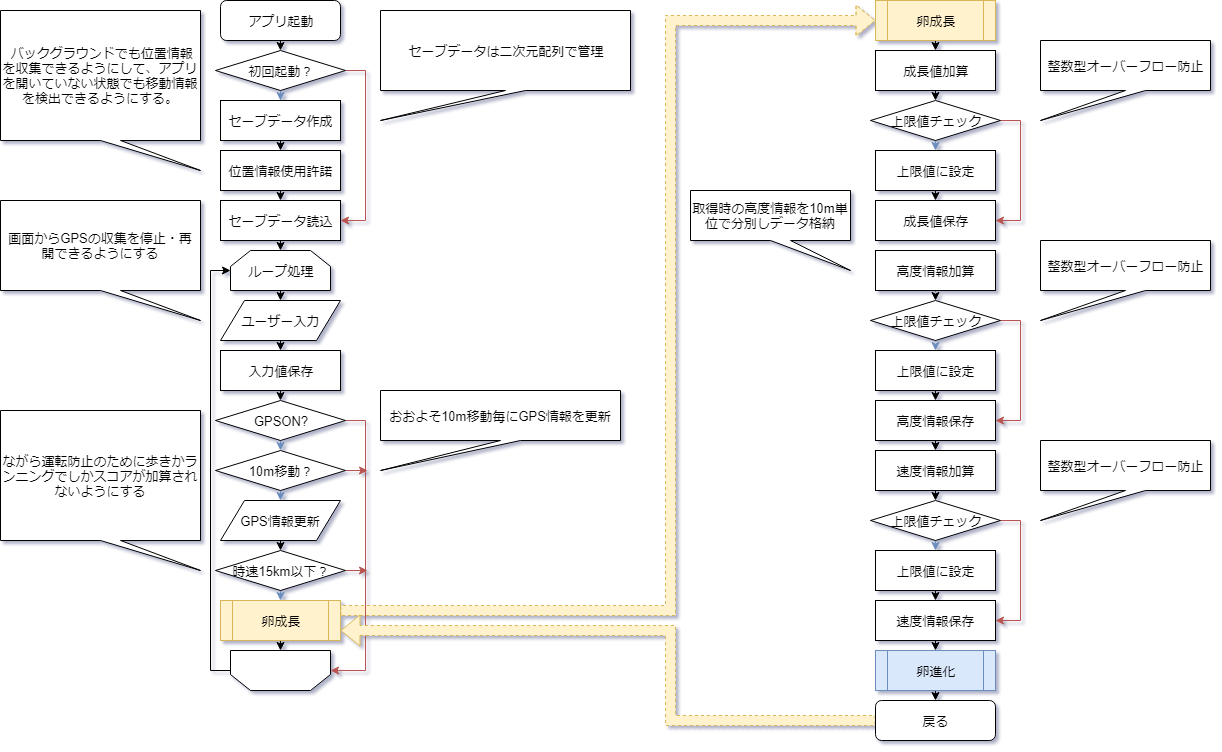
KonoLv1/WalkEgg keeps this draw.io diagram as WalkEgg.png. Above is the earlier version. Source tidied: cells renumbered, new cells last; positions are measured from the earlier drawing's top-left corner, leaving out a move shared by most shapes. Its diagram source:
```xml
<mxGraphModel>
  <root>
    <mxCell id="0" />
    <mxCell id="1" parent="0" />
    <mxCell id="2" value="アプリ起動" style="rounded=1;whiteSpace=wrap;html=1;" parent="1" vertex="1">
      <mxGeometry x="220" width="120" height="40" as="geometry" />
    </mxCell>
    <mxCell id="3" style="edgeStyle=orthogonalEdgeStyle;rounded=0;jettySize=auto;html=1;exitX=0.5;exitY=1;exitDx=0;exitDy=0;fillColor=#dae8fc;strokeColor=#6c8ebf;" parent="1" edge="1" source="5" target="7">
      <mxGeometry relative="1" as="geometry" />
    </mxCell>
    <mxCell id="4" style="edgeStyle=orthogonalEdgeStyle;rounded=0;jettySize=auto;html=1;exitX=1;exitY=0.5;exitDx=0;exitDy=0;entryX=1;entryY=0.5;entryDx=0;entryDy=0;fillColor=#f8cecc;strokeColor=#b85450;" parent="1" edge="1" source="5" target="20">
      <mxGeometry relative="1" as="geometry" />
    </mxCell>
    <mxCell id="5" value="初回起動？" style="rhombus;whiteSpace=wrap;html=1;strokeWidth=1;gradientColor=none;" parent="1" vertex="1">
      <mxGeometry x="215" y="50" width="130" height="40" as="geometry" />
    </mxCell>
    <mxCell id="6" style="edgeStyle=orthogonalEdgeStyle;rounded=0;jettySize=auto;html=1;exitX=0.5;exitY=1;exitDx=0;exitDy=0;entryX=0.5;entryY=0;entryDx=0;entryDy=0;" parent="1" edge="1" source="7" target="18">
      <mxGeometry relative="1" as="geometry" />
    </mxCell>
    <mxCell id="7" value="セーブデータ作成&lt;br&gt;" style="rounded=0;whiteSpace=wrap;html=1;strokeWidth=1;gradientColor=none;" parent="1" vertex="1">
      <mxGeometry x="220" y="100" width="120" height="40" as="geometry" />
    </mxCell>
    <mxCell id="8" style="edgeStyle=orthogonalEdgeStyle;rounded=0;jettySize=auto;html=1;exitX=0.5;exitY=1;exitDx=0;exitDy=0;entryX=0.5;entryY=0;entryDx=0;entryDy=0;fillColor=#dae8fc;strokeColor=#6c8ebf;" parent="1" edge="1" target="23">
      <mxGeometry relative="1" as="geometry">
        <mxPoint x="280" y="440" as="sourcePoint" />
      </mxGeometry>
    </mxCell>
    <mxCell id="9" style="edgeStyle=orthogonalEdgeStyle;rounded=0;jettySize=auto;html=1;exitX=0.5;exitY=1;exitDx=0;exitDy=0;entryX=0.5;entryY=0;entryDx=0;entryDy=0;" parent="1" edge="1" source="10" target="32">
      <mxGeometry relative="1" as="geometry" />
    </mxCell>
    <mxCell id="10" value="ループ処理" style="shape=loopLimit;whiteSpace=wrap;html=1;strokeWidth=1;gradientColor=none;" parent="1" vertex="1">
      <mxGeometry x="230" y="250" width="100" height="40" as="geometry" />
    </mxCell>
    <mxCell id="11" style="edgeStyle=orthogonalEdgeStyle;rounded=0;jettySize=auto;html=1;exitX=1;exitY=0.5;exitDx=0;exitDy=0;entryX=0;entryY=0.5;entryDx=0;entryDy=0;" parent="1" edge="1" source="12" target="10">
      <mxGeometry relative="1" as="geometry" />
    </mxCell>
    <mxCell id="12" style="shape=loopLimit;whiteSpace=wrap;html=1;strokeWidth=1;gradientColor=none;rotation=180;" parent="1" vertex="1">
      <mxGeometry x="230" y="650" width="100" height="40" as="geometry" />
    </mxCell>
    <mxCell id="13" style="endArrow=classic;html=1;entryX=0.5;entryY=0;entryDx=0;entryDy=0;exitX=0.5;exitY=1;exitDx=0;exitDy=0;" parent="1" edge="1" source="2" target="5">
      <mxGeometry relative="1" as="geometry" />
    </mxCell>
    <mxCell id="14" style="edgeStyle=orthogonalEdgeStyle;rounded=0;jettySize=auto;html=1;exitX=0.5;exitY=1;exitDx=0;exitDy=0;entryX=0.5;entryY=0;entryDx=0;entryDy=0;" parent="1" edge="1" source="15" target="26">
      <mxGeometry relative="1" as="geometry" />
    </mxCell>
    <mxCell id="15" value="GPS情報更新" style="shape=parallelogram;perimeter=parallelogramPerimeter;whiteSpace=wrap;html=1;strokeWidth=1;gradientColor=none;" parent="1" vertex="1">
      <mxGeometry x="220" y="500" width="120" height="40" as="geometry" />
    </mxCell>
    <mxCell id="16" style="edgeStyle=orthogonalEdgeStyle;rounded=0;orthogonalLoop=1;jettySize=auto;html=1;exitX=0.5;exitY=1;exitDx=0;exitDy=0;" parent="1" edge="1" source="15" target="15">
      <mxGeometry relative="1" as="geometry" />
    </mxCell>
    <mxCell id="17" style="edgeStyle=orthogonalEdgeStyle;rounded=0;jettySize=auto;html=1;exitX=0.5;exitY=1;exitDx=0;exitDy=0;entryX=0.5;entryY=0;entryDx=0;entryDy=0;" parent="1" edge="1" source="18" target="20">
      <mxGeometry relative="1" as="geometry" />
    </mxCell>
    <mxCell id="18" value="位置情報使用許諾" style="rounded=0;whiteSpace=wrap;html=1;strokeWidth=1;gradientColor=none;" parent="1" vertex="1">
      <mxGeometry x="220" y="150" width="120" height="40" as="geometry" />
    </mxCell>
    <mxCell id="19" style="edgeStyle=orthogonalEdgeStyle;rounded=0;jettySize=auto;html=1;exitX=0.5;exitY=1;exitDx=0;exitDy=0;entryX=0.5;entryY=0;entryDx=0;entryDy=0;" parent="1" edge="1" source="20" target="10">
      <mxGeometry relative="1" as="geometry" />
    </mxCell>
    <mxCell id="20" value="セーブデータ読込" style="rounded=0;whiteSpace=wrap;html=1;strokeWidth=1;gradientColor=none;" parent="1" vertex="1">
      <mxGeometry x="220" y="200" width="120" height="40" as="geometry" />
    </mxCell>
    <mxCell id="21" style="edgeStyle=orthogonalEdgeStyle;rounded=0;jettySize=auto;html=1;exitX=0.5;exitY=1;exitDx=0;exitDy=0;entryX=0.5;entryY=0;entryDx=0;entryDy=0;fillColor=#dae8fc;strokeColor=#6c8ebf;" parent="1" edge="1" source="23" target="15">
      <mxGeometry relative="1" as="geometry" />
    </mxCell>
    <mxCell id="22" style="edgeStyle=orthogonalEdgeStyle;rounded=0;jettySize=auto;html=1;exitX=1;exitY=0.5;exitDx=0;exitDy=0;fillColor=#f8cecc;strokeColor=#b85450;" parent="1" edge="1" source="23">
      <mxGeometry relative="1" as="geometry">
        <mxPoint x="367" y="470" as="targetPoint" />
      </mxGeometry>
    </mxCell>
    <mxCell id="23" value="10m移動？" style="rhombus;whiteSpace=wrap;html=1;strokeWidth=1;gradientColor=none;" parent="1" vertex="1">
      <mxGeometry x="215" y="450" width="130" height="40" as="geometry" />
    </mxCell>
    <mxCell id="24" style="edgeStyle=orthogonalEdgeStyle;rounded=0;jettySize=auto;html=1;exitX=0.5;exitY=1;exitDx=0;exitDy=0;entryX=0.5;entryY=0;entryDx=0;entryDy=0;fillColor=#dae8fc;strokeColor=#6c8ebf;" parent="1" edge="1" source="26" target="29">
      <mxGeometry relative="1" as="geometry" />
    </mxCell>
    <mxCell id="25" style="edgeStyle=orthogonalEdgeStyle;rounded=0;jettySize=auto;html=1;exitX=1;exitY=0.5;exitDx=0;exitDy=0;fillColor=#f8cecc;strokeColor=#b85450;" parent="1" edge="1" source="26">
      <mxGeometry relative="1" as="geometry">
        <mxPoint x="367" y="570" as="targetPoint" />
      </mxGeometry>
    </mxCell>
    <mxCell id="26" value="時速15km以下？" style="rhombus;whiteSpace=wrap;html=1;strokeWidth=1;gradientColor=none;" parent="1" vertex="1">
      <mxGeometry x="215" y="550" width="130" height="40" as="geometry" />
    </mxCell>
    <mxCell id="27" style="edgeStyle=orthogonalEdgeStyle;rounded=0;jettySize=auto;html=1;exitX=0.5;exitY=1;exitDx=0;exitDy=0;entryX=0.5;entryY=1;entryDx=0;entryDy=0;" parent="1" edge="1" source="29" target="12">
      <mxGeometry relative="1" as="geometry" />
    </mxCell>
    <mxCell id="28" style="edgeStyle=orthogonalEdgeStyle;shape=flexArrow;rounded=0;jettySize=auto;html=1;exitX=1;exitY=0.25;exitDx=0;exitDy=0;entryX=0;entryY=0.5;entryDx=0;entryDy=0;dashed=1;fillColor=#fff2cc;strokeColor=#d6b656;" parent="1" edge="1" source="29" target="36">
      <mxGeometry relative="1" as="geometry">
        <Array as="points">
          <mxPoint x="670" y="610" />
          <mxPoint x="670" y="20" />
        </Array>
      </mxGeometry>
    </mxCell>
    <mxCell id="29" value="卵成長" style="shape=process;whiteSpace=wrap;html=1;backgroundOutline=1;strokeWidth=1;fillColor=#fff2cc;strokeColor=#d6b656;" parent="1" vertex="1">
      <mxGeometry x="220" y="600" width="120" height="40" as="geometry" />
    </mxCell>
    <mxCell id="30" style="edgeStyle=orthogonalEdgeStyle;rounded=0;jettySize=auto;html=1;exitX=0.5;exitY=1;exitDx=0;exitDy=0;entryX=0.5;entryY=0;entryDx=0;entryDy=0;" parent="1" edge="1" target="34">
      <mxGeometry relative="1" as="geometry">
        <mxPoint x="280" y="390" as="sourcePoint" />
      </mxGeometry>
    </mxCell>
    <mxCell id="31" style="edgeStyle=orthogonalEdgeStyle;rounded=0;jettySize=auto;html=1;exitX=0.5;exitY=1;exitDx=0;exitDy=0;entryX=0.5;entryY=0;entryDx=0;entryDy=0;" parent="1" edge="1" source="32" target="72">
      <mxGeometry relative="1" as="geometry" />
    </mxCell>
    <mxCell id="32" value="ユーザー入力" style="shape=parallelogram;perimeter=parallelogramPerimeter;whiteSpace=wrap;html=1;strokeWidth=1;gradientColor=none;" parent="1" vertex="1">
      <mxGeometry x="220" y="300" width="120" height="40" as="geometry" />
    </mxCell>
    <mxCell id="33" style="edgeStyle=orthogonalEdgeStyle;rounded=0;jettySize=auto;html=1;exitX=1;exitY=0.5;exitDx=0;exitDy=0;entryX=0;entryY=0.5;entryDx=0;entryDy=0;fillColor=#f8cecc;strokeColor=#b85450;" parent="1" edge="1" source="34" target="12">
      <mxGeometry relative="1" as="geometry" />
    </mxCell>
    <mxCell id="34" value="GPSON?" style="rhombus;whiteSpace=wrap;html=1;strokeWidth=1;gradientColor=none;" parent="1" vertex="1">
      <mxGeometry x="215" y="400" width="130" height="40" as="geometry" />
    </mxCell>
    <mxCell id="35" style="edgeStyle=orthogonalEdgeStyle;rounded=0;jettySize=auto;html=1;exitX=0.5;exitY=1;exitDx=0;exitDy=0;entryX=0.5;entryY=0;entryDx=0;entryDy=0;" parent="1" edge="1" source="36" target="38">
      <mxGeometry relative="1" as="geometry" />
    </mxCell>
    <mxCell id="36" value="卵成長" style="shape=process;whiteSpace=wrap;html=1;backgroundOutline=1;strokeWidth=1;fillColor=#fff2cc;strokeColor=#d6b656;" parent="1" vertex="1">
      <mxGeometry x="875" width="120" height="40" as="geometry" />
    </mxCell>
    <mxCell id="37" style="edgeStyle=orthogonalEdgeStyle;rounded=0;jettySize=auto;html=1;exitX=0.5;exitY=1;exitDx=0;exitDy=0;entryX=0.5;entryY=0;entryDx=0;entryDy=0;" parent="1" edge="1" source="38" target="41">
      <mxGeometry relative="1" as="geometry" />
    </mxCell>
    <mxCell id="38" value="成長値加算" style="rounded=0;whiteSpace=wrap;html=1;strokeWidth=1;gradientColor=none;" parent="1" vertex="1">
      <mxGeometry x="875" y="50" width="120" height="40" as="geometry" />
    </mxCell>
    <mxCell id="39" style="edgeStyle=orthogonalEdgeStyle;rounded=0;jettySize=auto;html=1;exitX=0.5;exitY=1;exitDx=0;exitDy=0;entryX=0.5;entryY=0;entryDx=0;entryDy=0;fillColor=#dae8fc;strokeColor=#6c8ebf;" parent="1" edge="1" source="41" target="48">
      <mxGeometry relative="1" as="geometry" />
    </mxCell>
    <mxCell id="40" style="edgeStyle=orthogonalEdgeStyle;rounded=0;jettySize=auto;html=1;exitX=1;exitY=0.5;exitDx=0;exitDy=0;entryX=1;entryY=0.5;entryDx=0;entryDy=0;fillColor=#f8cecc;strokeColor=#b85450;" parent="1" edge="1" source="41" target="55">
      <mxGeometry relative="1" as="geometry" />
    </mxCell>
    <mxCell id="41" value="&lt;font style=&quot;font-size: 12px&quot;&gt;上限値チェック&lt;/font&gt;" style="rhombus;whiteSpace=wrap;html=1;strokeWidth=1;gradientColor=none;" parent="1" vertex="1">
      <mxGeometry x="870" y="100" width="130" height="40" as="geometry" />
    </mxCell>
    <mxCell id="42" value="&amp;nbsp;バックグラウンドでも位置情報を収集できるようにして、アプリを開いていない状態でも移動情報を検出できるようにする。" style="shape=callout;whiteSpace=wrap;html=1;perimeter=calloutPerimeter;strokeWidth=1;gradientColor=none;position2=1;" parent="1" vertex="1">
      <mxGeometry y="10" width="200" height="160" as="geometry" />
    </mxCell>
    <mxCell id="43" value="ながら運転防止のために歩きかランニングでしかスコアが加算されないようにする" style="shape=callout;whiteSpace=wrap;html=1;perimeter=calloutPerimeter;strokeWidth=1;gradientColor=none;position2=1;" parent="1" vertex="1">
      <mxGeometry y="410" width="200" height="160" as="geometry" />
    </mxCell>
    <mxCell id="44" value="画面からGPSの収集を停止・再開できるようにする" style="shape=callout;whiteSpace=wrap;html=1;perimeter=calloutPerimeter;strokeWidth=1;gradientColor=none;position2=1;" parent="1" vertex="1">
      <mxGeometry y="200" width="200" height="120" as="geometry" />
    </mxCell>
    <mxCell id="45" value="セーブデータは二次元配列で管理" style="shape=callout;whiteSpace=wrap;html=1;perimeter=calloutPerimeter;strokeWidth=1;gradientColor=none;position2=0;" parent="1" vertex="1">
      <mxGeometry x="380" y="10" width="250" height="110" as="geometry" />
    </mxCell>
    <mxCell id="46" value="おおよそ10m移動毎にGPS情報を更新" style="shape=callout;whiteSpace=wrap;html=1;perimeter=calloutPerimeter;strokeWidth=1;gradientColor=none;position2=0;" parent="1" vertex="1">
      <mxGeometry x="380" y="390" width="240" height="80" as="geometry" />
    </mxCell>
    <mxCell id="47" style="edgeStyle=orthogonalEdgeStyle;rounded=0;jettySize=auto;html=1;exitX=0.5;exitY=1;exitDx=0;exitDy=0;" parent="1" edge="1" source="48">
      <mxGeometry relative="1" as="geometry">
        <mxPoint x="935" y="200" as="targetPoint" />
      </mxGeometry>
    </mxCell>
    <mxCell id="48" value="上限値に設定" style="rounded=0;whiteSpace=wrap;html=1;strokeWidth=1;gradientColor=none;" parent="1" vertex="1">
      <mxGeometry x="875" y="150" width="120" height="40" as="geometry" />
    </mxCell>
    <mxCell id="49" style="edgeStyle=orthogonalEdgeStyle;rounded=0;jettySize=auto;html=1;exitX=0.5;exitY=1;exitDx=0;exitDy=0;dashed=1;dashPattern=1 4;" parent="1" edge="1" source="50">
      <mxGeometry relative="1" as="geometry">
        <mxPoint x="935" y="300" as="targetPoint" />
      </mxGeometry>
    </mxCell>
    <mxCell id="50" value="高度情報加算" style="rounded=0;whiteSpace=wrap;html=1;strokeWidth=1;gradientColor=none;" parent="1" vertex="1">
      <mxGeometry x="875" y="250" width="120" height="40" as="geometry" />
    </mxCell>
    <mxCell id="51" value="整数型オーバーフロー防止" style="shape=callout;whiteSpace=wrap;html=1;perimeter=calloutPerimeter;strokeWidth=1;gradientColor=none;position2=0;" parent="1" vertex="1">
      <mxGeometry x="1040" y="40" width="170" height="80" as="geometry" />
    </mxCell>
    <mxCell id="52" value="取得時の高度情報を10m単位で分別しデータ格納" style="shape=callout;whiteSpace=wrap;html=1;perimeter=calloutPerimeter;strokeWidth=1;gradientColor=none;position2=1;" parent="1" vertex="1">
      <mxGeometry x="690" y="190" width="160" height="80" as="geometry" />
    </mxCell>
    <mxCell id="53" style="edgeStyle=orthogonalEdgeStyle;rounded=0;jettySize=auto;html=1;exitX=0.5;exitY=1;exitDx=0;exitDy=0;entryX=0.5;entryY=0;entryDx=0;entryDy=0;" parent="1" edge="1" source="54" target="65">
      <mxGeometry relative="1" as="geometry" />
    </mxCell>
    <mxCell id="54" value="速度情報加算" style="rounded=0;whiteSpace=wrap;html=1;strokeWidth=1;gradientColor=none;" parent="1" vertex="1">
      <mxGeometry x="875" y="450" width="120" height="40" as="geometry" />
    </mxCell>
    <mxCell id="55" value="成長値保存" style="rounded=0;whiteSpace=wrap;html=1;strokeWidth=1;gradientColor=none;" parent="1" vertex="1">
      <mxGeometry x="875" y="200" width="120" height="40" as="geometry" />
    </mxCell>
    <mxCell id="56" style="edgeStyle=orthogonalEdgeStyle;rounded=0;jettySize=auto;html=1;exitX=0.5;exitY=1;exitDx=0;exitDy=0;entryX=0.5;entryY=0;entryDx=0;entryDy=0;dashed=1;dashPattern=1 4;fillColor=#dae8fc;strokeColor=#6c8ebf;" parent="1" edge="1" source="58" target="60">
      <mxGeometry relative="1" as="geometry" />
    </mxCell>
    <mxCell id="57" style="edgeStyle=orthogonalEdgeStyle;rounded=0;jettySize=auto;html=1;exitX=1;exitY=0.5;exitDx=0;exitDy=0;entryX=1;entryY=0.5;entryDx=0;entryDy=0;fillColor=#f8cecc;strokeColor=#b85450;" parent="1" edge="1" source="58" target="62">
      <mxGeometry relative="1" as="geometry" />
    </mxCell>
    <mxCell id="58" value="&lt;font style=&quot;font-size: 12px&quot;&gt;上限値チェック&lt;/font&gt;" style="rhombus;whiteSpace=wrap;html=1;strokeWidth=1;gradientColor=none;" parent="1" vertex="1">
      <mxGeometry x="870" y="300" width="130" height="40" as="geometry" />
    </mxCell>
    <mxCell id="59" style="edgeStyle=orthogonalEdgeStyle;rounded=0;jettySize=auto;html=1;exitX=0.5;exitY=1;exitDx=0;exitDy=0;entryX=0.5;entryY=0;entryDx=0;entryDy=0;" parent="1" edge="1" source="60" target="62">
      <mxGeometry relative="1" as="geometry" />
    </mxCell>
    <mxCell id="60" value="上限値に設定" style="rounded=0;whiteSpace=wrap;html=1;strokeWidth=1;gradientColor=none;" parent="1" vertex="1">
      <mxGeometry x="875" y="350" width="120" height="40" as="geometry" />
    </mxCell>
    <mxCell id="61" style="edgeStyle=orthogonalEdgeStyle;rounded=0;jettySize=auto;html=1;exitX=0.5;exitY=1;exitDx=0;exitDy=0;entryX=0.5;entryY=0;entryDx=0;entryDy=0;" parent="1" edge="1" source="62" target="54">
      <mxGeometry relative="1" as="geometry" />
    </mxCell>
    <mxCell id="62" value="高度情報保存" style="rounded=0;whiteSpace=wrap;html=1;strokeWidth=1;gradientColor=none;" parent="1" vertex="1">
      <mxGeometry x="875" y="400" width="120" height="40" as="geometry" />
    </mxCell>
    <mxCell id="63" style="edgeStyle=orthogonalEdgeStyle;rounded=0;jettySize=auto;html=1;exitX=1;exitY=0.5;exitDx=0;exitDy=0;entryX=1;entryY=0.5;entryDx=0;entryDy=0;fillColor=#f8cecc;strokeColor=#b85450;" parent="1" edge="1" source="65" target="69">
      <mxGeometry relative="1" as="geometry" />
    </mxCell>
    <mxCell id="64" style="edgeStyle=orthogonalEdgeStyle;rounded=0;jettySize=auto;html=1;exitX=0.5;exitY=1;exitDx=0;exitDy=0;entryX=0.5;entryY=0;entryDx=0;entryDy=0;fillColor=#dae8fc;strokeColor=#6c8ebf;" parent="1" edge="1" source="65" target="67">
      <mxGeometry relative="1" as="geometry" />
    </mxCell>
    <mxCell id="65" value="&lt;font style=&quot;font-size: 12px&quot;&gt;上限値チェック&lt;/font&gt;" style="rhombus;whiteSpace=wrap;html=1;strokeWidth=1;gradientColor=none;" parent="1" vertex="1">
      <mxGeometry x="870" y="500" width="130" height="40" as="geometry" />
    </mxCell>
    <mxCell id="66" style="edgeStyle=orthogonalEdgeStyle;rounded=0;jettySize=auto;html=1;exitX=0.5;exitY=1;exitDx=0;exitDy=0;entryX=0.5;entryY=0;entryDx=0;entryDy=0;" parent="1" edge="1" source="67" target="69">
      <mxGeometry relative="1" as="geometry" />
    </mxCell>
    <mxCell id="67" value="上限値に設定" style="rounded=0;whiteSpace=wrap;html=1;strokeWidth=1;gradientColor=none;" parent="1" vertex="1">
      <mxGeometry x="875" y="550" width="120" height="40" as="geometry" />
    </mxCell>
    <mxCell id="68" style="edgeStyle=orthogonalEdgeStyle;rounded=0;jettySize=auto;html=1;exitX=0.5;exitY=1;exitDx=0;exitDy=0;entryX=0.5;entryY=0;entryDx=0;entryDy=0;" parent="1" edge="1" source="69" target="74">
      <mxGeometry relative="1" as="geometry" />
    </mxCell>
    <mxCell id="69" value="速度情報保存" style="rounded=0;whiteSpace=wrap;html=1;strokeWidth=1;gradientColor=none;" parent="1" vertex="1">
      <mxGeometry x="875" y="600" width="120" height="40" as="geometry" />
    </mxCell>
    <mxCell id="70" value="整数型オーバーフロー防止" style="shape=callout;whiteSpace=wrap;html=1;perimeter=calloutPerimeter;strokeWidth=1;gradientColor=none;position2=0;" parent="1" vertex="1">
      <mxGeometry x="1040" y="240" width="170" height="80" as="geometry" />
    </mxCell>
    <mxCell id="71" value="整数型オーバーフロー防止" style="shape=callout;whiteSpace=wrap;html=1;perimeter=calloutPerimeter;strokeWidth=1;gradientColor=none;position2=0;" parent="1" vertex="1">
      <mxGeometry x="1040" y="440" width="170" height="80" as="geometry" />
    </mxCell>
    <mxCell id="72" value="入力値保存" style="rounded=0;whiteSpace=wrap;html=1;strokeWidth=1;gradientColor=none;" parent="1" vertex="1">
      <mxGeometry x="220" y="350" width="120" height="40" as="geometry" />
    </mxCell>
    <mxCell id="73" style="edgeStyle=orthogonalEdgeStyle;rounded=0;jettySize=auto;html=1;exitX=0.5;exitY=1;exitDx=0;exitDy=0;entryX=0.5;entryY=0;entryDx=0;entryDy=0;" parent="1" edge="1" source="74" target="76">
      <mxGeometry relative="1" as="geometry" />
    </mxCell>
    <mxCell id="74" value="卵進化" style="shape=process;whiteSpace=wrap;html=1;backgroundOutline=1;strokeWidth=1;fillColor=#dae8fc;strokeColor=#6c8ebf;" parent="1" vertex="1">
      <mxGeometry x="875" y="650" width="120" height="40" as="geometry" />
    </mxCell>
    <mxCell id="75" style="edgeStyle=orthogonalEdgeStyle;rounded=0;jettySize=auto;html=1;exitX=0;exitY=0.5;exitDx=0;exitDy=0;entryX=1;entryY=0.75;entryDx=0;entryDy=0;shape=flexArrow;dashed=1;fillColor=#fff2cc;strokeColor=#d6b656;" parent="1" edge="1" source="76" target="29">
      <mxGeometry relative="1" as="geometry">
        <Array as="points">
          <mxPoint x="670" y="720" />
          <mxPoint x="670" y="630" />
        </Array>
      </mxGeometry>
    </mxCell>
    <mxCell id="76" value="戻る" style="rounded=1;whiteSpace=wrap;html=1;strokeWidth=1;gradientColor=none;" parent="1" vertex="1">
      <mxGeometry x="875" y="700" width="120" height="40" as="geometry" />
    </mxCell>
  </root>
</mxGraphModel>
```
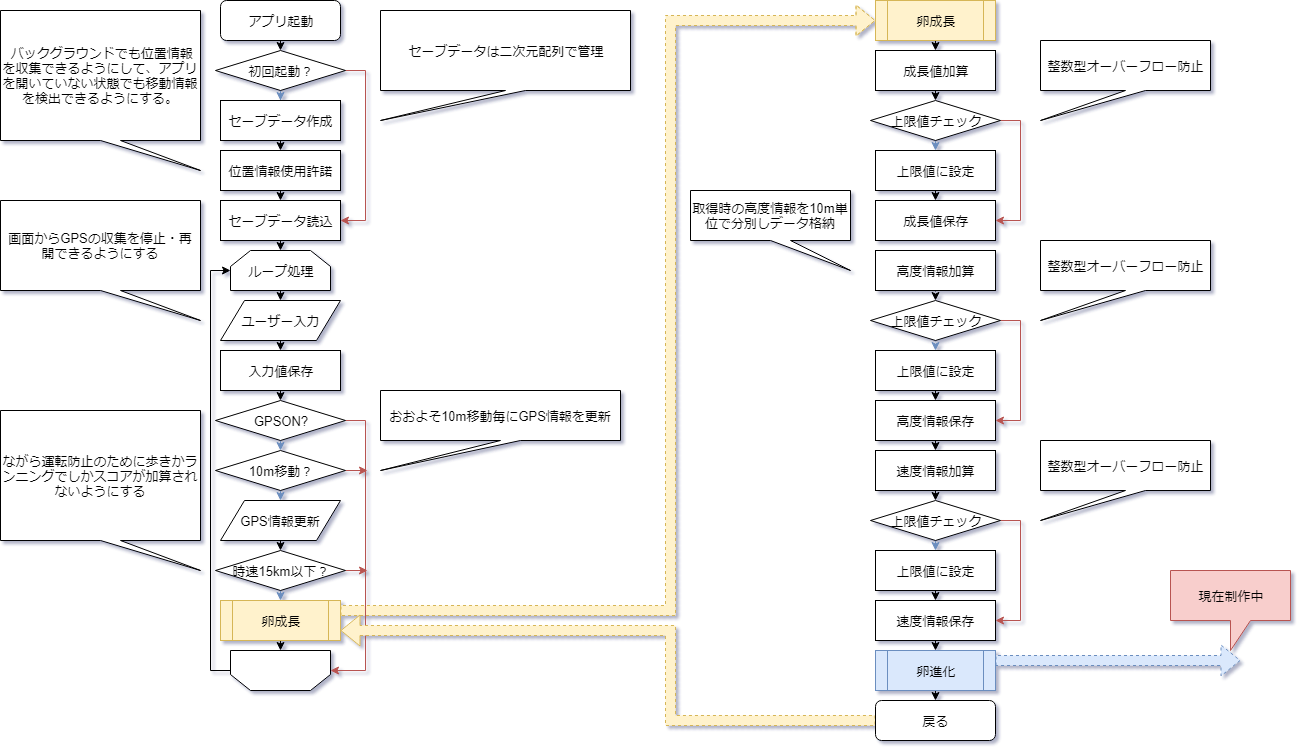
Above is the later version.

Diff of the diagram source:
```diff
@@ -249,5 +249,13 @@
     <mxCell id="76" value="戻る" style="rounded=1;whiteSpace=wrap;html=1;strokeWidth=1;gradientColor=none;" parent="1" vertex="1">
       <mxGeometry x="875" y="700" width="120" height="40" as="geometry" />
     </mxCell>
+    <mxCell id="77" style="shape=flexArrow;endArrow=classic;html=1;dashed=1;exitX=1;exitY=0.25;exitDx=0;exitDy=0;fillColor=#dae8fc;strokeColor=#6c8ebf;" parent="1" edge="1" source="74">
+      <mxGeometry relative="1" as="geometry">
+        <mxPoint x="1240" y="660" as="targetPoint" />
+      </mxGeometry>
+    </mxCell>
+    <mxCell id="78" value="現在制作中" style="shape=callout;whiteSpace=wrap;html=1;perimeter=calloutPerimeter;strokeWidth=1;fillColor=#f8cecc;strokeColor=#b85450;" parent="1" vertex="1">
+      <mxGeometry x="1170" y="570" width="120" height="80" as="geometry" />
+    </mxCell>
   </root>
 </mxGraphModel>
```
